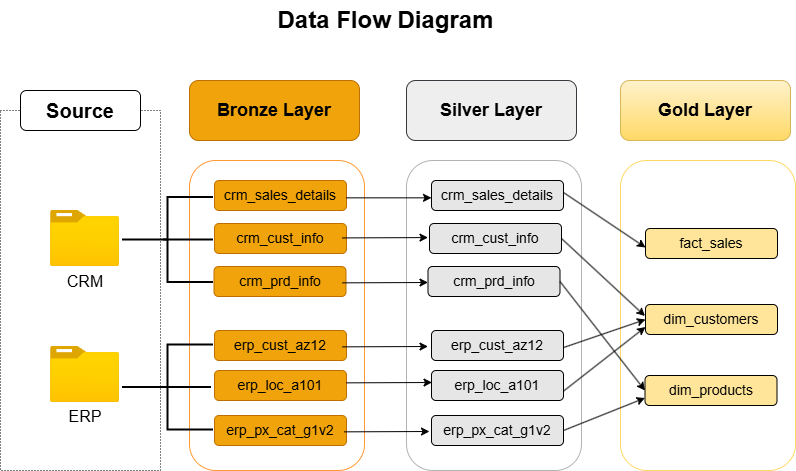
The draw.io diagram architecture/data_flow.png in abdulbari80/databricks-lakehouse, before a commit. Source tidied: cells renumbered, new cells last; positions are measured from the earlier drawing's top-left corner, leaving out a move shared by most shapes.
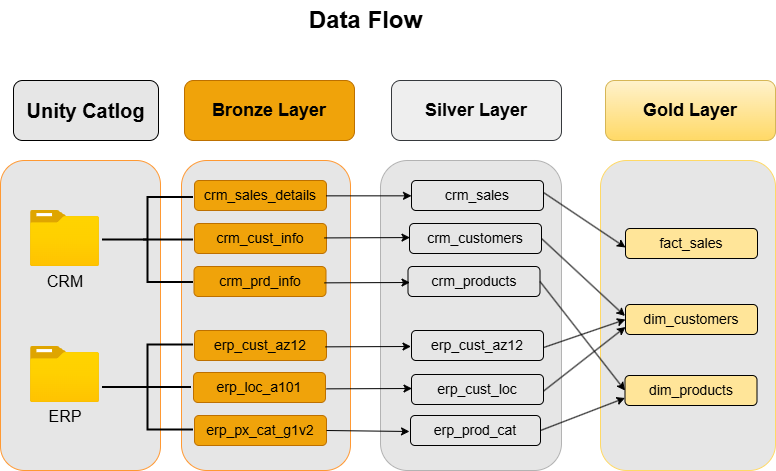
Above is the later version.

Change to the diagram source:
```diff
@@ -2,11 +2,14 @@
   <root>
     <mxCell id="0" />
     <mxCell id="1" parent="0" />
+    <mxCell id="46" style="rounded=1;whiteSpace=wrap;html=1;strokeColor=#FF9933;fillColor=#E6E6E6;" parent="1" vertex="1">
+      <mxGeometry x="20" y="160" width="160" height="310" as="geometry" />
+    </mxCell>
-    <mxCell id="2" style="rounded=1;whiteSpace=wrap;html=1;strokeColor=#FF9933;" parent="1" vertex="1">
-      <mxGeometry x="189" y="160" width="175" height="310" as="geometry" />
+    <mxCell id="2" style="rounded=1;whiteSpace=wrap;html=1;strokeColor=#FF9933;fillColor=#E6E6E6;" parent="1" vertex="1">
+      <mxGeometry x="201" y="160" width="169" height="310" as="geometry" />
     </mxCell>
     <mxCell id="3" value="Bronze Layer" style="rounded=1;whiteSpace=wrap;html=1;fillColor=#f0a30a;fontColor=#000000;strokeColor=#BD7000;fontSize=18;fontStyle=1;" parent="1" vertex="1">
-      <mxGeometry x="189" y="80" width="170" height="60" as="geometry" />
+      <mxGeometry x="204" y="80" width="170" height="60" as="geometry" />
     </mxCell>
     <mxCell id="4" style="image;html=1;align=center;fontSize=12;image=img/lib/azure2/general/Folder_Blank.svg;" parent="1" vertex="1">
       <mxGeometry x="50" y="210" width="69" height="56" as="geometry" />
@@ -33,40 +36,40 @@
       <mxGeometry x="214" y="330" width="132" height="30" as="geometry" />
     </mxCell>
     <mxCell id="12" value="&lt;font style=&quot;font-size: 14px;&quot;&gt;erp_loc_a101&lt;/font&gt;" style="rounded=1;whiteSpace=wrap;html=1;fillColor=#f0a30a;fontColor=#000000;strokeColor=#BD7000;" parent="1" vertex="1">
-      <mxGeometry x="214" y="370" width="132" height="30" as="geometry" />
+      <mxGeometry x="213" y="372" width="132" height="30" as="geometry" />
     </mxCell>
     <mxCell id="13" value="&lt;font style=&quot;font-size: 14px;&quot;&gt;erp_px_cat_g1v2&lt;/font&gt;" style="rounded=1;whiteSpace=wrap;html=1;fillColor=#f0a30a;fontColor=#000000;strokeColor=#BD7000;" parent="1" vertex="1">
       <mxGeometry x="214" y="415" width="132" height="30" as="geometry" />
     </mxCell>
-    <mxCell id="14" style="rounded=1;whiteSpace=wrap;html=1;strokeColor=#B3B3B3;" parent="1" vertex="1">
-      <mxGeometry x="406" y="160" width="175" height="310" as="geometry" />
+    <mxCell id="14" style="rounded=1;whiteSpace=wrap;html=1;strokeColor=#B3B3B3;fillColor=#E6E6E6;" parent="1" vertex="1">
+      <mxGeometry x="400" y="160" width="181" height="310" as="geometry" />
     </mxCell>
     <mxCell id="15" value="Silver Layer" style="rounded=1;whiteSpace=wrap;html=1;fillColor=#eeeeee;strokeColor=#36393d;fontSize=18;fontStyle=1;" parent="1" vertex="1">
-      <mxGeometry x="406" y="80" width="170" height="60" as="geometry" />
+      <mxGeometry x="411" y="80" width="170" height="60" as="geometry" />
     </mxCell>
-    <mxCell id="16" value="&lt;font style=&quot;font-size: 14px;&quot;&gt;crm_sales_details&lt;/font&gt;" style="rounded=1;whiteSpace=wrap;html=1;fillColor=#E6E6E6;" parent="1" vertex="1">
+    <mxCell id="16" value="&lt;font style=&quot;font-size: 14px;&quot;&gt;crm_sales&lt;/font&gt;" style="rounded=1;whiteSpace=wrap;html=1;fillColor=#E6E6E6;" parent="1" vertex="1">
       <mxGeometry x="431" y="180" width="132" height="30" as="geometry" />
     </mxCell>
-    <mxCell id="17" value="&lt;font style=&quot;font-size: 14px;&quot;&gt;crm_cust_info&lt;/font&gt;" style="rounded=1;whiteSpace=wrap;html=1;fillColor=#E6E6E6;" parent="1" vertex="1">
+    <mxCell id="17" value="&lt;font style=&quot;font-size: 14px;&quot;&gt;crm_customers&lt;/font&gt;" style="rounded=1;whiteSpace=wrap;html=1;fillColor=#E6E6E6;" parent="1" vertex="1">
       <mxGeometry x="429" y="223" width="132" height="30" as="geometry" />
     </mxCell>
-    <mxCell id="18" value="&lt;font style=&quot;font-size: 14px;&quot;&gt;crm_prd_info&lt;/font&gt;" style="rounded=1;whiteSpace=wrap;html=1;fillColor=#E6E6E6;" parent="1" vertex="1">
+    <mxCell id="18" value="&lt;font style=&quot;font-size: 14px;&quot;&gt;crm_products&lt;/font&gt;" style="rounded=1;whiteSpace=wrap;html=1;fillColor=#E6E6E6;" parent="1" vertex="1">
       <mxGeometry x="427.5" y="266" width="132" height="30" as="geometry" />
     </mxCell>
     <mxCell id="19" value="&lt;font style=&quot;font-size: 14px;&quot;&gt;erp_cust_az12&lt;/font&gt;" style="rounded=1;whiteSpace=wrap;html=1;fillColor=#E6E6E6;" parent="1" vertex="1">
       <mxGeometry x="431" y="330" width="132" height="30" as="geometry" />
     </mxCell>
-    <mxCell id="20" value="&lt;font style=&quot;font-size: 14px;&quot;&gt;erp_loc_a101&lt;/font&gt;" style="rounded=1;whiteSpace=wrap;html=1;fillColor=#E6E6E6;" parent="1" vertex="1">
-      <mxGeometry x="431" y="370" width="132" height="30" as="geometry" />
+    <mxCell id="20" value="&lt;font style=&quot;font-size: 14px;&quot;&gt;erp_cust_loc&lt;/font&gt;" style="rounded=1;whiteSpace=wrap;html=1;fillColor=#E6E6E6;" parent="1" vertex="1">
+      <mxGeometry x="431" y="374" width="132" height="30" as="geometry" />
     </mxCell>
-    <mxCell id="21" value="&lt;font style=&quot;font-size: 14px;&quot;&gt;erp_px_cat_g1v2&lt;/font&gt;" style="rounded=1;whiteSpace=wrap;html=1;fillColor=#E6E6E6;" parent="1" vertex="1">
-      <mxGeometry x="431" y="415" width="132" height="30" as="geometry" />
+    <mxCell id="21" value="&lt;font style=&quot;font-size: 14px;&quot;&gt;erp_prod&lt;/font&gt;&lt;span style=&quot;font-size: 14px; background-color: transparent; color: light-dark(rgb(0, 0, 0), rgb(255, 255, 255));&quot;&gt;_cat&lt;/span&gt;" style="rounded=1;whiteSpace=wrap;html=1;fillColor=#E6E6E6;" parent="1" vertex="1">
+      <mxGeometry x="430" y="415" width="130" height="30" as="geometry" />
     </mxCell>
-    <mxCell id="22" style="rounded=1;whiteSpace=wrap;html=1;strokeColor=#FFD966;" parent="1" vertex="1">
+    <mxCell id="22" style="rounded=1;whiteSpace=wrap;html=1;strokeColor=#FFD966;fillColor=#E6E6E6;" parent="1" vertex="1">
       <mxGeometry x="620" y="160" width="175" height="310" as="geometry" />
     </mxCell>
     <mxCell id="23" value="Gold Layer" style="rounded=1;whiteSpace=wrap;html=1;fillColor=#fff2cc;strokeColor=#d6b656;fontSize=18;fontStyle=1;gradientColor=#ffd966;" parent="1" vertex="1">
-      <mxGeometry x="620" y="80" width="170" height="60" as="geometry" />
+      <mxGeometry x="625" y="80" width="170" height="60" as="geometry" />
     </mxCell>
     <mxCell id="24" value="&lt;font style=&quot;font-size: 14px;&quot;&gt;fact_sales&lt;/font&gt;" style="rounded=1;whiteSpace=wrap;html=1;fillColor=#FFE599;" parent="1" vertex="1">
       <mxGeometry x="645" y="228" width="132" height="30" as="geometry" />
@@ -77,11 +80,8 @@
     <mxCell id="26" value="&lt;font style=&quot;font-size: 14px;&quot;&gt;dim_products&lt;/font&gt;" style="rounded=1;whiteSpace=wrap;html=1;fillColor=#FFE599;" parent="1" vertex="1">
       <mxGeometry x="644.5" y="375" width="132" height="30" as="geometry" />
     </mxCell>
-    <mxCell id="27" style="rounded=0;whiteSpace=wrap;html=1;dashed=1;dashPattern=1 2;fillColor=none;" parent="1" vertex="1">
-      <mxGeometry y="110" width="160" height="360" as="geometry" />
-    </mxCell>
-    <mxCell id="28" value="&lt;font style=&quot;font-size: 20px;&quot;&gt;Source&lt;/font&gt;" style="rounded=1;whiteSpace=wrap;html=1;fontSize=16;fontStyle=1;" parent="1" vertex="1">
-      <mxGeometry x="20" y="90" width="120" height="40" as="geometry" />
+    <mxCell id="28" value="&lt;font style=&quot;font-size: 20px;&quot;&gt;Unity Catlog&lt;/font&gt;" style="rounded=1;whiteSpace=wrap;html=1;fontSize=16;fontStyle=1;fillColor=#E6E6E6;" parent="1" vertex="1">
+      <mxGeometry x="33" y="80" width="145" height="60" as="geometry" />
     </mxCell>
     <mxCell id="29" style="endArrow=classic;html=1;rounded=0;exitX=1;exitY=0.5;exitDx=0;exitDy=0;entryX=0;entryY=0.75;entryDx=0;entryDy=0;" parent="1" edge="1" source="21" target="26">
       <mxGeometry relative="1" as="geometry" />
@@ -122,41 +122,41 @@
     <mxCell id="38" style="strokeWidth=2;html=1;shape=mxgraph.flowchart.annotation_2;align=left;labelPosition=right;" parent="1" vertex="1">
       <mxGeometry x="122" y="344.5" width="91" height="85" as="geometry" />
     </mxCell>
-    <mxCell id="39" value="Data Flow Diagram" style="text;strokeColor=none;fillColor=none;html=1;fontSize=24;fontStyle=1;verticalAlign=middle;align=center;" parent="1" vertex="1">
+    <mxCell id="39" value="Data Flow" style="text;strokeColor=none;fillColor=none;html=1;fontSize=24;fontStyle=1;verticalAlign=middle;align=center;" parent="1" vertex="1">
       <mxGeometry x="255" width="260" height="40" as="geometry" />
     </mxCell>
-    <mxCell id="40" style="endArrow=classic;html=1;rounded=0;entryX=0;entryY=0.578;entryDx=0;entryDy=0;entryPerimeter=0;" parent="1" edge="1" target="16">
+    <mxCell id="40" style="endArrow=classic;html=1;rounded=0;entryX=0;entryY=0.578;entryDx=0;entryDy=0;entryPerimeter=0;" parent="1" edge="1">
       <mxGeometry relative="1" as="geometry">
-        <mxPoint x="345.5" y="197.3" as="sourcePoint" />
+        <mxPoint x="345.5" y="195.3" as="sourcePoint" />
+        <mxPoint x="431" y="195.3" as="targetPoint" />
       </mxGeometry>
     </mxCell>
     <mxCell id="41" style="endArrow=classic;html=1;rounded=0;entryX=0;entryY=0.578;entryDx=0;entryDy=0;entryPerimeter=0;" parent="1" edge="1">
       <mxGeometry relative="1" as="geometry">
-        <mxPoint x="342" y="237.4" as="sourcePoint" />
-        <mxPoint x="427.5" y="237.1" as="targetPoint" />
+        <mxPoint x="344" y="237.4" as="sourcePoint" />
+        <mxPoint x="429.5" y="237.1" as="targetPoint" />
       </mxGeometry>
     </mxCell>
     <mxCell id="42" style="endArrow=classic;html=1;rounded=0;entryX=0;entryY=0.578;entryDx=0;entryDy=0;entryPerimeter=0;" parent="1" edge="1">
       <mxGeometry relative="1" as="geometry">
-        <mxPoint x="342" y="282.3" as="sourcePoint" />
-        <mxPoint x="427.5" y="282" as="targetPoint" />
+        <mxPoint x="344" y="282.3" as="sourcePoint" />
+        <mxPoint x="429.5" y="282" as="targetPoint" />
       </mxGeometry>
     </mxCell>
     <mxCell id="43" style="endArrow=classic;html=1;rounded=0;entryX=0;entryY=0.578;entryDx=0;entryDy=0;entryPerimeter=0;" parent="1" edge="1">
       <mxGeometry relative="1" as="geometry">
-        <mxPoint x="342" y="346.3" as="sourcePoint" />
-        <mxPoint x="427.5" y="346" as="targetPoint" />
+        <mxPoint x="345" y="346.3" as="sourcePoint" />
+        <mxPoint x="430.5" y="346" as="targetPoint" />
       </mxGeometry>
     </mxCell>
     <mxCell id="44" style="endArrow=classic;html=1;rounded=0;entryX=0;entryY=0.578;entryDx=0;entryDy=0;entryPerimeter=0;" parent="1" edge="1">
       <mxGeometry relative="1" as="geometry">
-        <mxPoint x="346" y="382.3" as="sourcePoint" />
-        <mxPoint x="431.5" y="382" as="targetPoint" />
+        <mxPoint x="346" y="388.3" as="sourcePoint" />
+        <mxPoint x="431.5" y="388" as="targetPoint" />
       </mxGeometry>
     </mxCell>
-    <mxCell id="45" style="endArrow=classic;html=1;rounded=0;entryX=0;entryY=0.578;entryDx=0;entryDy=0;entryPerimeter=0;" parent="1" edge="1">
+    <mxCell id="45" style="endArrow=classic;html=1;rounded=0;entryX=0;entryY=0.578;entryDx=0;entryDy=0;entryPerimeter=0;exitX=1;exitY=0.5;exitDx=0;exitDy=0;" parent="1" edge="1" source="13">
       <mxGeometry relative="1" as="geometry">
-        <mxPoint x="343.5" y="431.3" as="sourcePoint" />
         <mxPoint x="429" y="431" as="targetPoint" />
       </mxGeometry>
     </mxCell>
```
